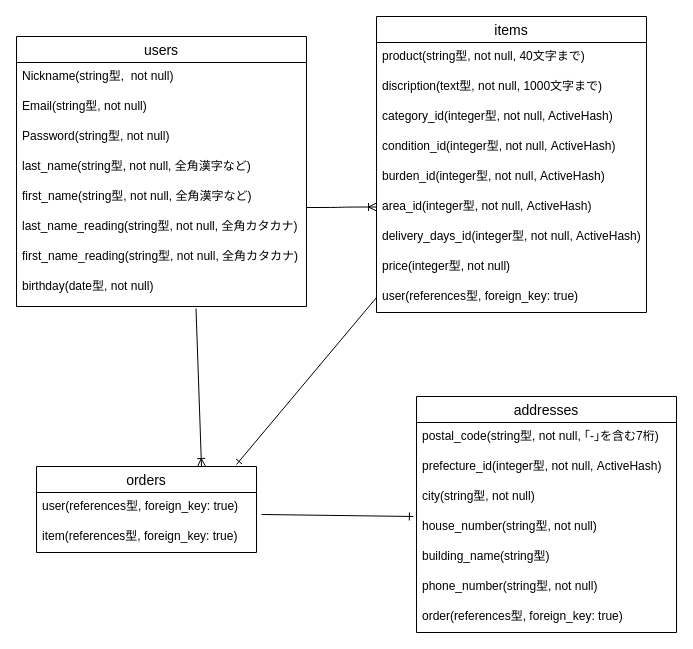
The draw.io diagram test.dio in Suguhito65/furima-31095, before the edit. Source tidied: cells renumbered, new cells numbered last; positions are measured from the earlier drawing's top-left corner, leaving out a move shared by most shapes. Both pictures are drawn from the tidied source at 100%, with x=0, y=0 at pixel (16, 16).
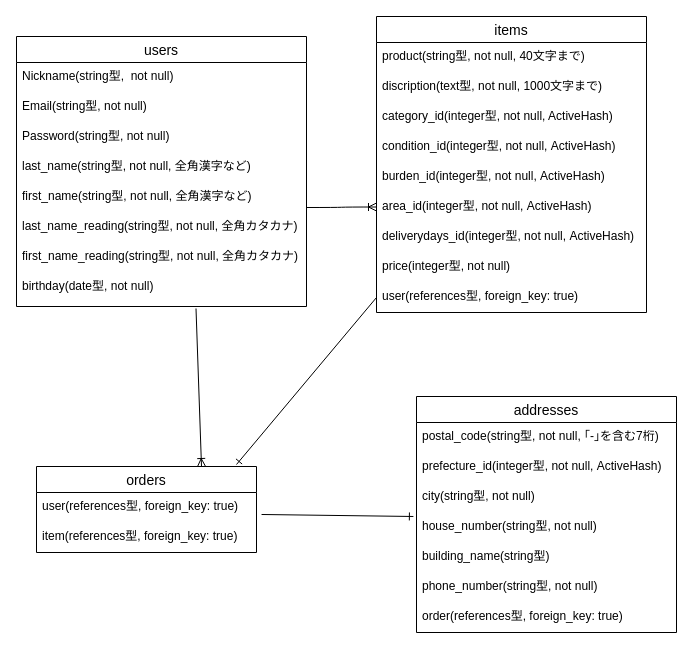
Above is the later version.

The change refers to these unchanged cells:
```xml
<mxCell id="5" value="items" style="swimlane;fontStyle=0;horizontal=1;startSize=26;align=center;fontSize=14;" parent="1" vertex="1">
  <mxGeometry x="360" width="270" height="296" as="geometry" />
</mxCell>
```

The edit, as a diff of the source:
```diff
@@
-    <mxCell id="12" value="delivery_days_id(integer型, not null, ActiveHash)" style="text;strokeColor=none;fillColor=none;spacingLeft=4;spacingRight=4;overflow=hidden;fontSize=12;" parent="5" vertex="1">
+    <mxCell id="12" value="deliverydays_id(integer型, not null, ActiveHash)" style="text;strokeColor=none;fillColor=none;spacingLeft=4;spacingRight=4;overflow=hidden;fontSize=12;" parent="5" vertex="1">
       <mxGeometry y="206" width="270" height="30" as="geometry" />
     </mxCell>
```
